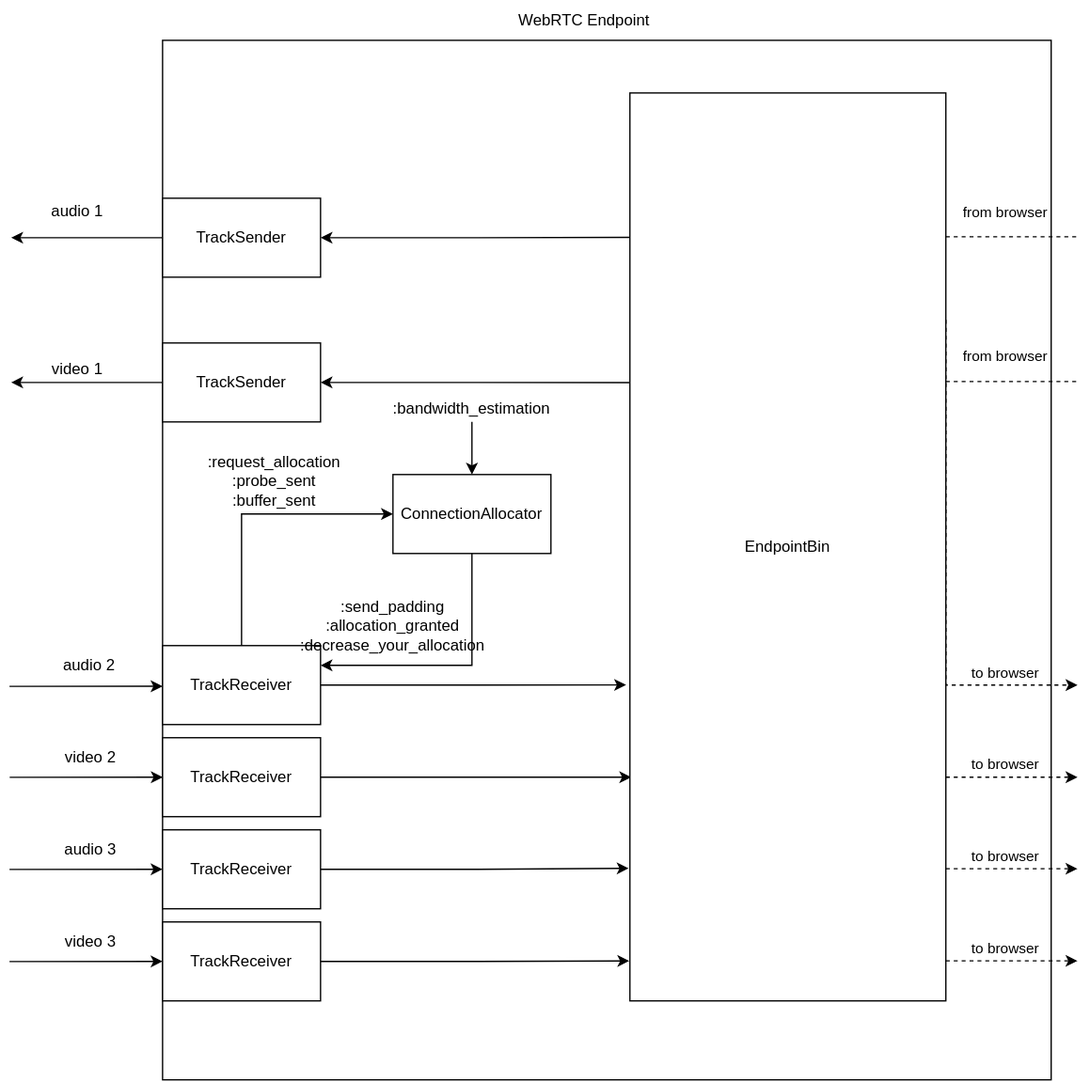
Above: internal_docs/assets/webrtc_endpoint_architecture.svg in fishjam-dev/membrane_rtc_engine (draw.io), before the change. Source tidied: cells renumbered, new cells last; positions are measured from the earlier drawing's top-left corner, leaving out a move shared by most shapes.
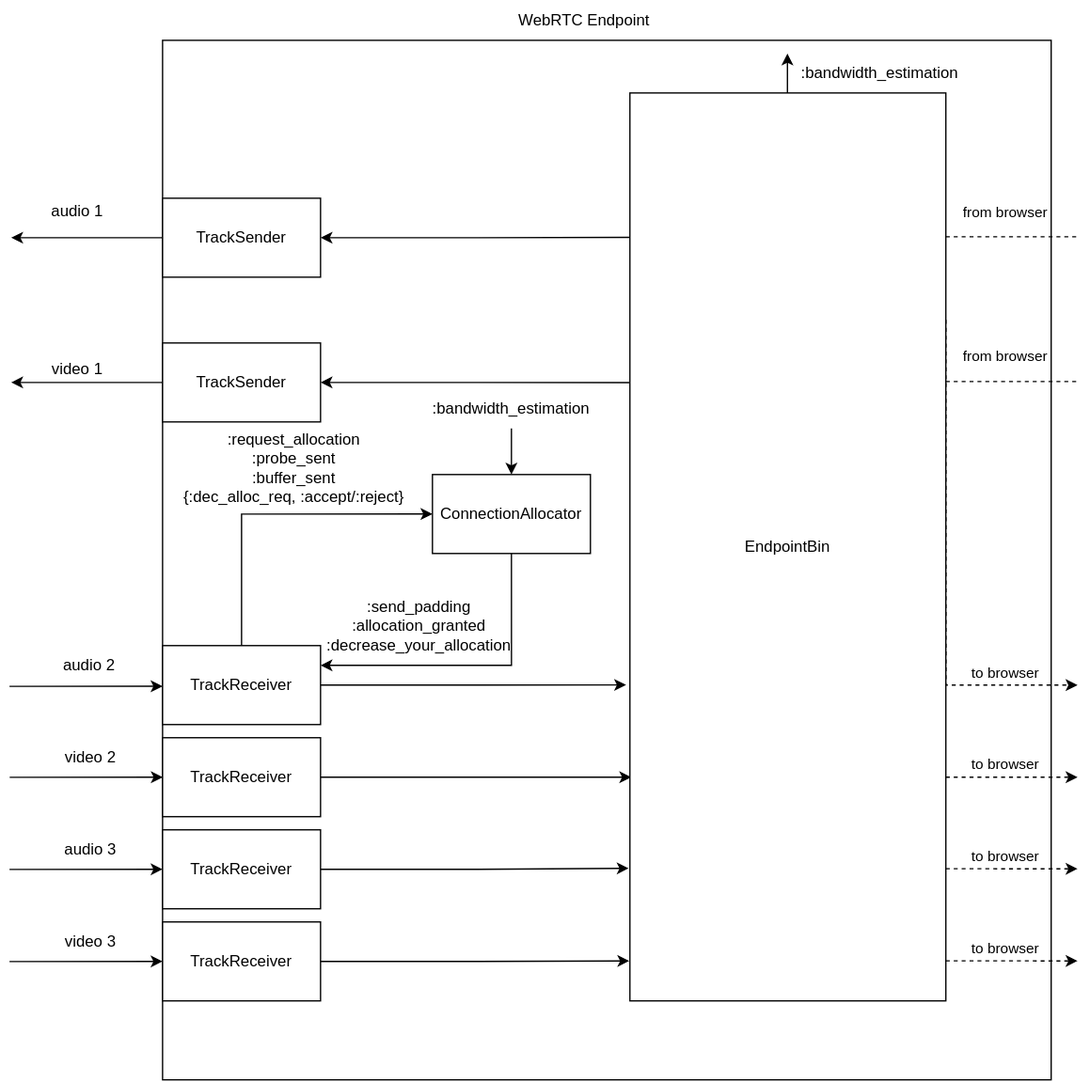
The same diagram one commit later.

Commit message:
Add missing info to webrtc endpoint architecture diagram

The edit, as a diff of the source:
```diff
@@ -182,22 +182,29 @@
     <mxCell id="42" value="from browser" style="edgeLabel;html=1;align=center;verticalAlign=middle;" parent="1" vertex="1">
       <mxGeometry x="756" y="270" as="geometry" />
     </mxCell>
-    <mxCell id="43" value=":request_allocation&lt;br&gt;:probe_sent&lt;br&gt;:buffer_sent" style="text;html=1;strokeColor=none;fillColor=none;align=center;verticalAlign=middle;whiteSpace=wrap;rounded=0;" parent="1" vertex="1">
-      <mxGeometry x="171" y="350" width="60" height="30" as="geometry" />
+    <mxCell id="43" value=":request_allocation&lt;br&gt;:probe_sent&lt;br&gt;:buffer_sent&lt;br&gt;{:dec_alloc_req, :accept/:reject}" style="text;html=1;strokeColor=none;fillColor=none;align=center;verticalAlign=middle;whiteSpace=wrap;rounded=0;" parent="1" vertex="1">
+      <mxGeometry x="131" y="340" width="170" height="30" as="geometry" />
     </mxCell>
     <mxCell id="44" value=":send_padding&lt;br&gt;:allocation_granted&lt;br&gt;:decrease_your_allocation" style="text;html=1;strokeColor=none;fillColor=none;align=center;verticalAlign=middle;whiteSpace=wrap;rounded=0;" parent="1" vertex="1">
-      <mxGeometry x="261" y="460" width="60" height="30" as="geometry" />
+      <mxGeometry x="281" y="460" width="60" height="30" as="geometry" />
     </mxCell>
     <mxCell id="45" value="ConnectionAllocator" style="rounded=0;whiteSpace=wrap;html=1;" parent="1" vertex="1">
-      <mxGeometry x="291" y="360" width="120" height="60" as="geometry" />
+      <mxGeometry x="321" y="360" width="120" height="60" as="geometry" />
     </mxCell>
-    <mxCell id="46" style="endArrow=classic;html=1;rounded=0;entryX=0.5;entryY=0;entryDx=0;entryDy=0;" parent="1" edge="1" target="45">
-      <mxGeometry relative="1" as="geometry">
-        <mxPoint x="351" y="320" as="sourcePoint" />
-      </mxGeometry>
+    <mxCell id="46" style="endArrow=classic;html=1;rounded=0;entryX=0.5;entryY=0;entryDx=0;entryDy=0;" parent="1" edge="1" source="47" target="45">
+      <mxGeometry relative="1" as="geometry" />
     </mxCell>
     <mxCell id="47" value=":bandwidth_estimation" style="text;html=1;strokeColor=none;fillColor=none;align=center;verticalAlign=middle;whiteSpace=wrap;rounded=0;" parent="1" vertex="1">
-      <mxGeometry x="301" y="295" width="100" height="30" as="geometry" />
+      <mxGeometry x="331" y="295" width="100" height="30" as="geometry" />
     </mxCell>
+    <mxCell id="48" style="endArrow=classic;html=1;rounded=0;" parent="1" edge="1">
+      <mxGeometry relative="1" as="geometry">
+        <mxPoint x="590.7" y="70" as="sourcePoint" />
+        <mxPoint x="590.7" y="40" as="targetPoint" />
+      </mxGeometry>
+    </mxCell>
+    <mxCell id="49" value=":bandwidth_estimation" style="text;html=1;strokeColor=none;fillColor=none;align=center;verticalAlign=middle;whiteSpace=wrap;rounded=0;" parent="1" vertex="1">
+      <mxGeometry x="631" y="40" width="60" height="30" as="geometry" />
+    </mxCell>
   </root>
 </mxGraphModel>
```
